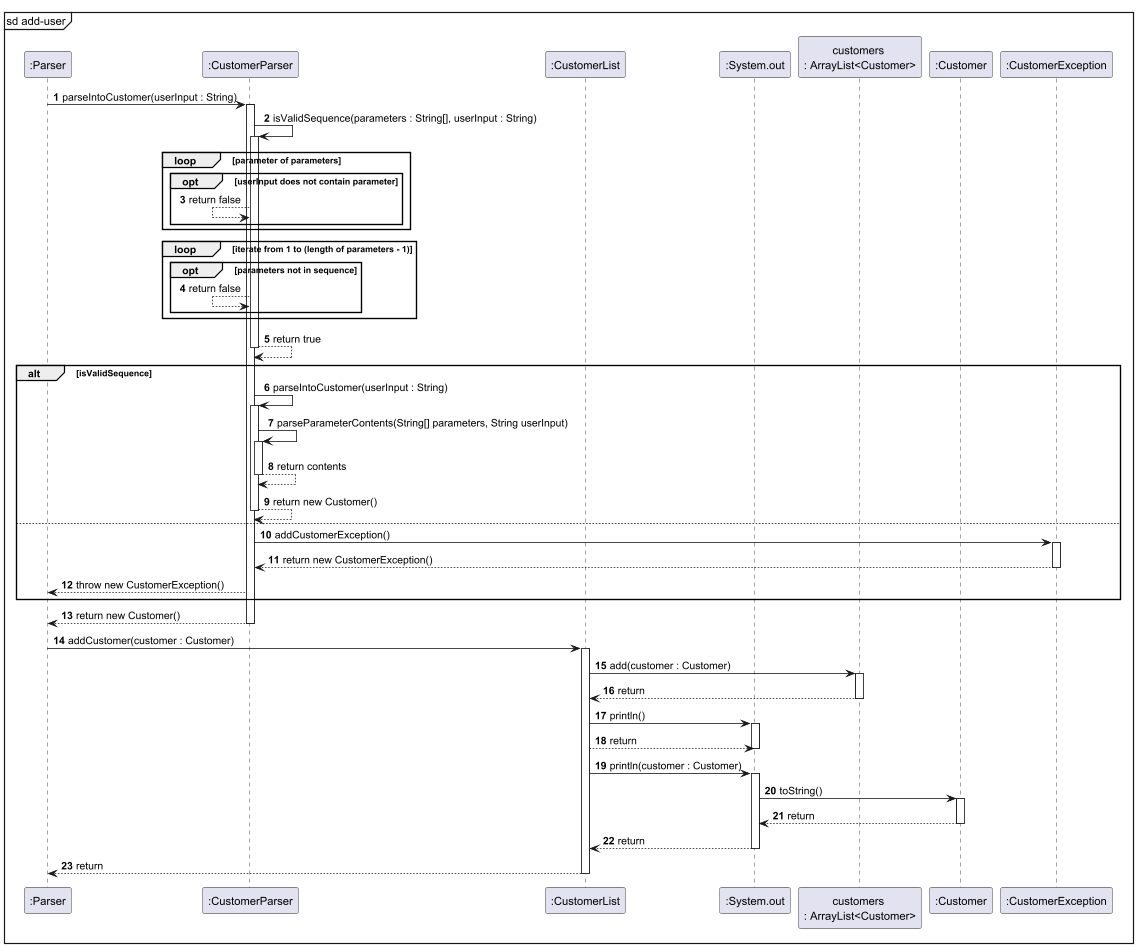
The PlantUML diagram docs/images/AddCustomerSequence.png in rexkoh425/tp, before a commit. Source of this version:
```plantuml
@startuml

autonumber
mainframe sd add-user
participant ":Parser" as Parser
participant ":CustomerParser" as CustomerParser
participant ":CustomerList" as CustomerList
participant ":System.out" as System.out
participant "customers \n: ArrayList<Customer>" as CustomerArrayList
participant ":Customer" as Customer
participant ":CustomerException" as CustomerException

Parser -> CustomerParser : parseIntoCustomer(userInput : String)
activate CustomerParser
    CustomerParser -> CustomerParser : isValidSequence(parameters : String[], userInput : String)
    activate CustomerParser
        loop parameter of parameters
            opt userInput does not contain parameter
                CustomerParser <-- CustomerParser : return false
            end opt
        end loop

        loop iterate from 1 to (length of parameters - 1)
            opt parameters not in sequence
                CustomerParser <-- CustomerParser : return false
            end opt
        end loop

        CustomerParser --> CustomerParser : return true
    deactivate CustomerParser

    alt isValidSequence
        CustomerParser -> CustomerParser : parseIntoCustomer(userInput : String)
        activate CustomerParser
            CustomerParser -> CustomerParser :parseParameterContents(String[] parameters, String userInput)
            activate CustomerParser
                CustomerParser --> CustomerParser : return contents
            deactivate CustomerParser
            CustomerParser --> CustomerParser : return new Customer()
        deactivate CustomerParser
    else
        CustomerParser -> CustomerException : addCustomerException()
        activate CustomerException

            CustomerException --> CustomerParser : return new CustomerException()
        deactivate CustomerException
        Parser <-- CustomerParser : throw new CustomerException()
    end alt
    Parser <-- CustomerParser : return new Customer()
deactivate CustomerParser

Parser -> CustomerList : addCustomer(customer : Customer)
activate CustomerList
    CustomerList -> CustomerArrayList : add(customer : Customer)
    activate CustomerArrayList
        CustomerArrayList --> CustomerList : return
    deactivate CustomerArrayList

    CustomerList -> System.out : println()
    activate System.out
        System.out <-- CustomerList : return
    deactivate System.out
    CustomerList -> System.out : println(customer : Customer)
    activate System.out
        System.out -> Customer : toString()
        activate Customer
            Customer --> System.out : return
        deactivate Customer
    CustomerList <-- System.out : return
    deactivate System.out
Parser <-- CustomerList : return
deactivate CustomerList
@enduml
```
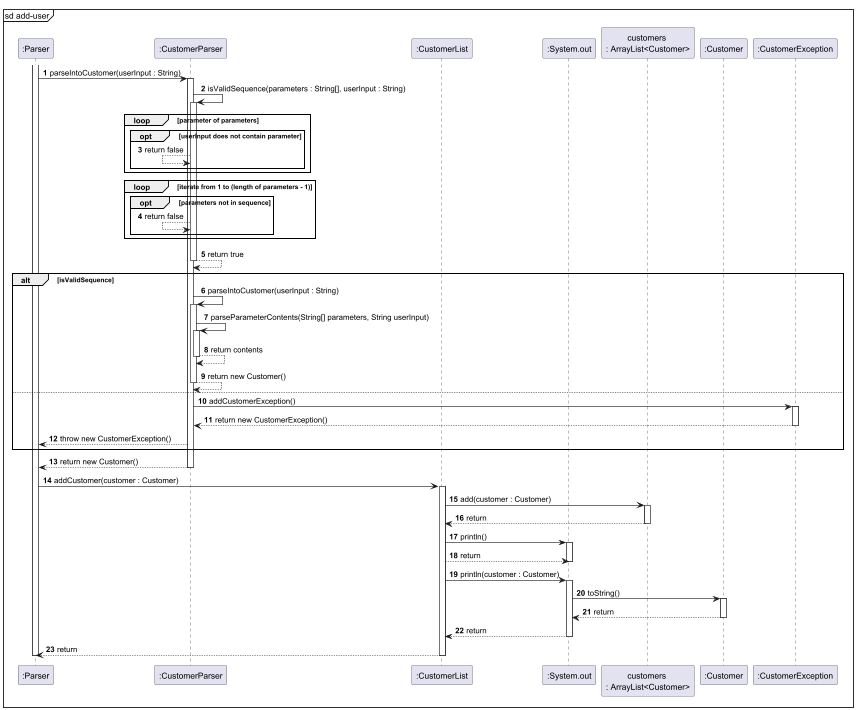
Above is the later version.

The edit, as a diff of the source:
```diff
@@ -10,6 +10,7 @@
 participant ":Customer" as Customer
 participant ":CustomerException" as CustomerException
 
+activate Parser
 Parser -> CustomerParser : parseIntoCustomer(userInput : String)
 activate CustomerParser
     CustomerParser -> CustomerParser : isValidSequence(parameters : String[], userInput : String)
@@ -47,12 +48,15 @@
         Parser <-- CustomerParser : throw new CustomerException()
     end alt
     Parser <-- CustomerParser : return new Customer()
+
 deactivate CustomerParser
 
 Parser -> CustomerList : addCustomer(customer : Customer)
 activate CustomerList
+
     CustomerList -> CustomerArrayList : add(customer : Customer)
     activate CustomerArrayList
+
         CustomerArrayList --> CustomerList : return
     deactivate CustomerArrayList
 
@@ -70,4 +74,5 @@
     deactivate System.out
 Parser <-- CustomerList : return
 deactivate CustomerList
+deactivate Parser
 @enduml
```
